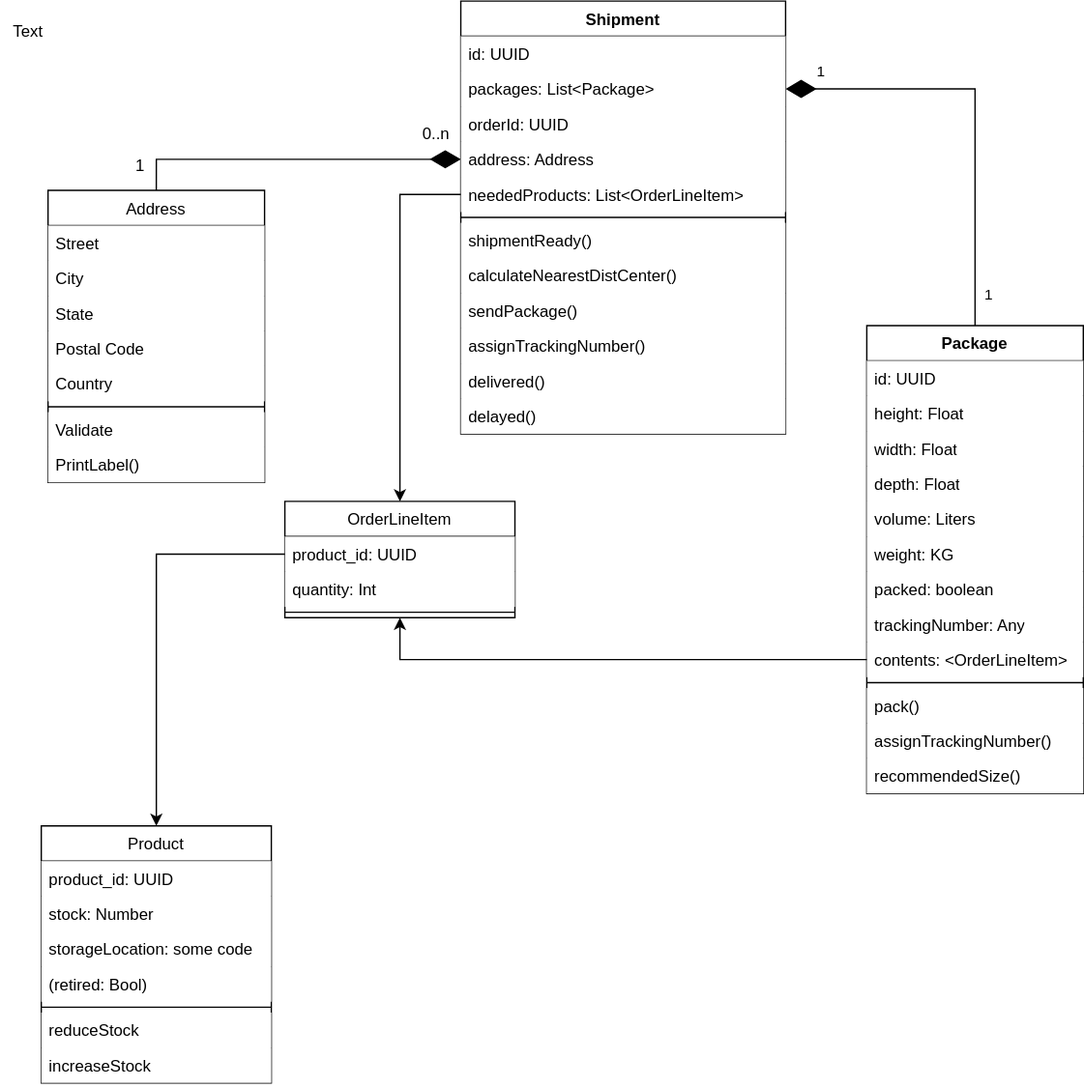
eda-ecommerce/asyncapi keeps this draw.io diagram as shipping/ShipmentSchema.svg. Above is the earlier version. Source tidied: cells renumbered, new cells last; positions are measured from the earlier drawing's top-left corner, leaving out a move shared by most shapes.
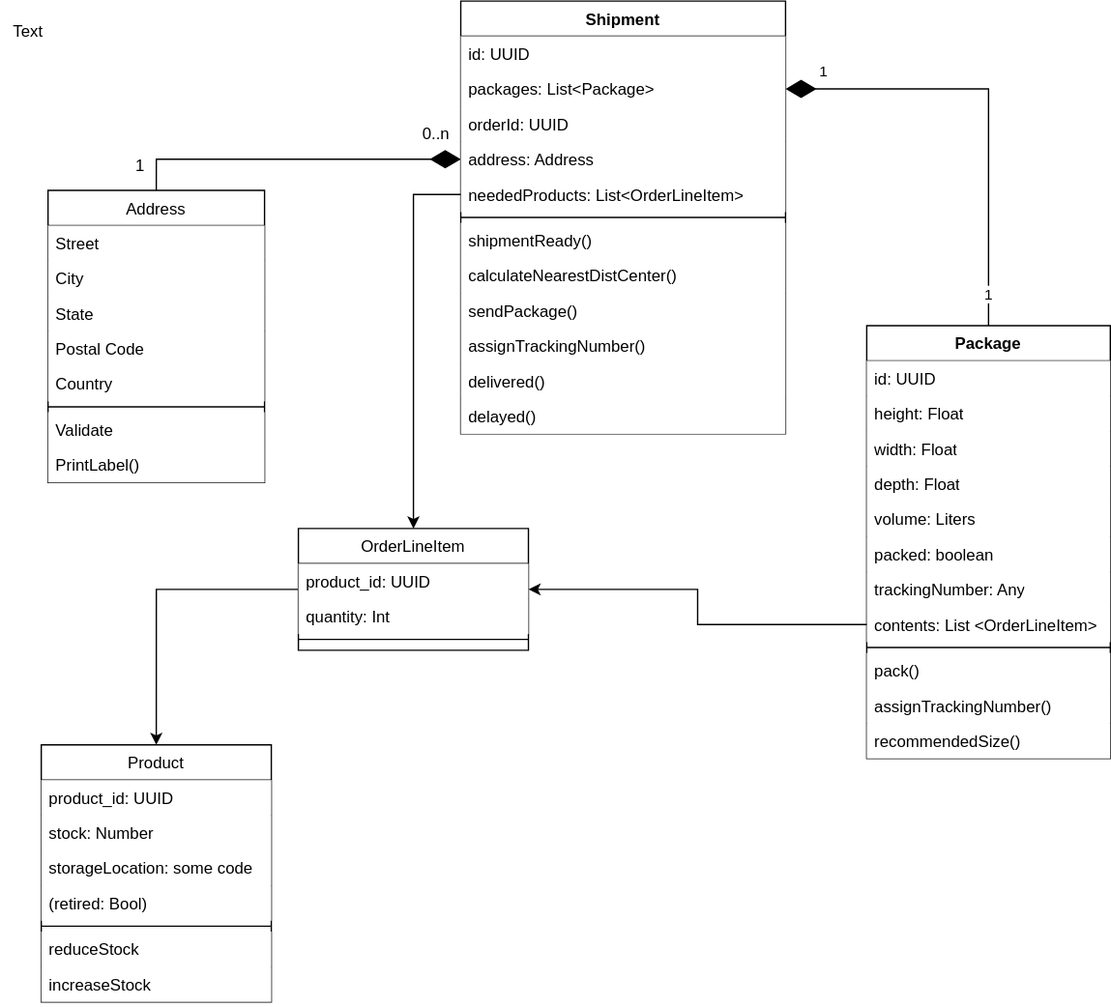
After the commit.

The edit, as a diff of the source:
```diff
@@ -53,46 +53,43 @@
       </mxGeometry>
     </mxCell>
     <mxCell id="16" value="Package" style="swimlane;fontStyle=1;align=center;verticalAlign=top;horizontal=1;startSize=26;whiteSpace=wrap;html=1;" parent="1" vertex="1">
-      <mxGeometry x="640" y="240" width="160" height="346" as="geometry" />
+      <mxGeometry x="640" y="240" width="180" height="320" as="geometry" />
     </mxCell>
     <mxCell id="17" value="id: UUID" style="text;strokeColor=none;fillColor=default;align=left;verticalAlign=top;spacingLeft=4;spacingRight=4;overflow=hidden;whiteSpace=wrap;html=1;" parent="16" vertex="1">
-      <mxGeometry y="26" width="160" height="26" as="geometry" />
+      <mxGeometry y="26" width="180" height="26" as="geometry" />
     </mxCell>
     <mxCell id="18" value="height: Float" style="text;strokeColor=none;fillColor=default;align=left;verticalAlign=top;spacingLeft=4;spacingRight=4;overflow=hidden;whiteSpace=wrap;html=1;" parent="16" vertex="1">
-      <mxGeometry y="52" width="160" height="26" as="geometry" />
+      <mxGeometry y="52" width="180" height="26" as="geometry" />
     </mxCell>
     <mxCell id="19" value="width: Float" style="text;strokeColor=none;fillColor=default;align=left;verticalAlign=top;spacingLeft=4;spacingRight=4;overflow=hidden;whiteSpace=wrap;html=1;" parent="16" vertex="1">
-      <mxGeometry y="78" width="160" height="26" as="geometry" />
+      <mxGeometry y="78" width="180" height="26" as="geometry" />
     </mxCell>
     <mxCell id="20" value="depth: Float" style="text;strokeColor=none;fillColor=default;align=left;verticalAlign=top;spacingLeft=4;spacingRight=4;overflow=hidden;whiteSpace=wrap;html=1;" parent="16" vertex="1">
-      <mxGeometry y="104" width="160" height="26" as="geometry" />
+      <mxGeometry y="104" width="180" height="26" as="geometry" />
     </mxCell>
     <mxCell id="21" value="volume: Liters" style="text;strokeColor=none;fillColor=default;align=left;verticalAlign=top;spacingLeft=4;spacingRight=4;overflow=hidden;whiteSpace=wrap;html=1;" parent="16" vertex="1">
-      <mxGeometry y="130" width="160" height="26" as="geometry" />
+      <mxGeometry y="130" width="180" height="26" as="geometry" />
     </mxCell>
-    <mxCell id="22" value="weight: KG" style="text;strokeColor=none;fillColor=default;align=left;verticalAlign=top;spacingLeft=4;spacingRight=4;overflow=hidden;whiteSpace=wrap;html=1;" parent="16" vertex="1">
-      <mxGeometry y="156" width="160" height="26" as="geometry" />
-    </mxCell>
     <mxCell id="23" value="packed: boolean" style="text;strokeColor=none;fillColor=default;align=left;verticalAlign=top;spacingLeft=4;spacingRight=4;overflow=hidden;whiteSpace=wrap;html=1;" parent="16" vertex="1">
-      <mxGeometry y="182" width="160" height="26" as="geometry" />
+      <mxGeometry y="156" width="180" height="26" as="geometry" />
     </mxCell>
     <mxCell id="24" value="trackingNumber: Any" style="text;strokeColor=none;fillColor=default;align=left;verticalAlign=top;spacingLeft=4;spacingRight=4;overflow=hidden;whiteSpace=wrap;html=1;" parent="16" vertex="1">
-      <mxGeometry y="208" width="160" height="26" as="geometry" />
+      <mxGeometry y="182" width="180" height="26" as="geometry" />
     </mxCell>
-    <mxCell id="25" value="contents: &amp;lt;OrderLineItem&amp;gt;" style="text;strokeColor=none;fillColor=default;align=left;verticalAlign=top;spacingLeft=4;spacingRight=4;overflow=hidden;points=[[0,0.5],[1,0.5]];portConstraint=eastwest;whiteSpace=wrap;html=1;" parent="16" vertex="1">
-      <mxGeometry y="234" width="160" height="26" as="geometry" />
+    <mxCell id="25" value="contents: List &amp;lt;OrderLineItem&amp;gt;" style="text;strokeColor=none;fillColor=default;align=left;verticalAlign=top;spacingLeft=4;spacingRight=4;overflow=hidden;points=[[0,0.5],[1,0.5]];portConstraint=eastwest;whiteSpace=wrap;html=1;" parent="16" vertex="1">
+      <mxGeometry y="208" width="180" height="26" as="geometry" />
     </mxCell>
     <mxCell id="26" style="line;strokeWidth=1;fillColor=default;align=left;verticalAlign=middle;spacingTop=-1;spacingLeft=3;spacingRight=3;labelPosition=right;strokeColor=inherit;" parent="16" vertex="1">
-      <mxGeometry y="260" width="160" height="8" as="geometry" />
+      <mxGeometry y="234" width="180" height="8" as="geometry" />
     </mxCell>
     <mxCell id="27" value="pack()" style="text;strokeColor=none;fillColor=default;align=left;verticalAlign=top;spacingLeft=4;spacingRight=4;overflow=hidden;whiteSpace=wrap;html=1;" parent="16" vertex="1">
-      <mxGeometry y="268" width="160" height="26" as="geometry" />
+      <mxGeometry y="242" width="180" height="26" as="geometry" />
     </mxCell>
     <mxCell id="28" value="assignTrackingNumber()" style="text;strokeColor=none;fillColor=default;align=left;verticalAlign=top;spacingLeft=4;spacingRight=4;overflow=hidden;whiteSpace=wrap;html=1;" parent="16" vertex="1">
-      <mxGeometry y="294" width="160" height="26" as="geometry" />
+      <mxGeometry y="268" width="180" height="26" as="geometry" />
     </mxCell>
     <mxCell id="29" value="recommendedSize()" style="text;strokeColor=none;fillColor=default;align=left;verticalAlign=top;spacingLeft=4;spacingRight=4;overflow=hidden;whiteSpace=wrap;html=1;" parent="16" vertex="1">
-      <mxGeometry y="320" width="160" height="26" as="geometry" />
+      <mxGeometry y="294" width="180" height="26" as="geometry" />
     </mxCell>
     <mxCell id="30" value="Shipment" style="swimlane;fontStyle=1;align=center;verticalAlign=top;horizontal=1;startSize=26;whiteSpace=wrap;html=1;" parent="1" vertex="1">
       <mxGeometry x="340" width="240" height="320" as="geometry" />
@@ -138,8 +135,32 @@
         <mxPoint x="170" y="127" as="offset" />
       </mxGeometry>
     </mxCell>
+    <mxCell id="60" style="edgeStyle=orthogonalEdgeStyle;rounded=0;jettySize=auto;html=1;entryX=0.5;entryY=0;entryDx=0;entryDy=0;" parent="1" edge="1" source="52" target="44">
+      <mxGeometry relative="1" as="geometry" />
+    </mxCell>
+    <mxCell id="52" value="OrderLineItem" style="swimlane;fontStyle=0;align=center;verticalAlign=top;horizontal=1;startSize=26;rounded=0;shadow=0;strokeWidth=1;fillStyle=solid;" parent="1" vertex="1">
+      <mxGeometry x="220" y="390" width="170" height="90" as="geometry" />
+    </mxCell>
+    <mxCell id="53" value="product_id: UUID" style="text;align=left;verticalAlign=top;spacingLeft=4;spacingRight=4;overflow=hidden;points=[[0,0.5],[1,0.5]];portConstraint=eastwest;fillColor=default;" parent="52" vertex="1">
+      <mxGeometry y="26" width="170" height="26" as="geometry" />
+    </mxCell>
+    <mxCell id="54" value="quantity: Int" style="text;align=left;verticalAlign=top;spacingLeft=4;spacingRight=4;overflow=hidden;fillColor=default;" parent="52" vertex="1">
+      <mxGeometry y="52" width="170" height="26" as="geometry" />
+    </mxCell>
+    <mxCell id="55" style="line;html=1;strokeWidth=1;align=left;verticalAlign=middle;spacingTop=-1;spacingLeft=3;spacingRight=3;labelPosition=right;" parent="52" vertex="1">
+      <mxGeometry y="78" width="170" height="8" as="geometry" />
+    </mxCell>
+    <mxCell id="56" value="Text" style="text;html=1;align=center;verticalAlign=middle;strokeColor=none;fillColor=none;" parent="1" vertex="1">
+      <mxGeometry y="8" width="40" height="30" as="geometry" />
+    </mxCell>
+    <mxCell id="58" style="edgeStyle=orthogonalEdgeStyle;rounded=0;jettySize=auto;html=1;" parent="1" edge="1" source="35" target="52">
+      <mxGeometry relative="1" as="geometry" />
+    </mxCell>
+    <mxCell id="59" style="edgeStyle=orthogonalEdgeStyle;rounded=0;jettySize=auto;html=1;" parent="1" edge="1" source="25" target="52">
+      <mxGeometry relative="1" as="geometry" />
+    </mxCell>
     <mxCell id="44" value="Product" style="swimlane;fontStyle=0;align=center;verticalAlign=top;horizontal=1;startSize=26;rounded=0;shadow=0;strokeWidth=1;fillStyle=solid;" parent="1" vertex="1">
-      <mxGeometry x="30" y="610" width="170" height="190" as="geometry" />
+      <mxGeometry x="30" y="550" width="170" height="190" as="geometry" />
     </mxCell>
     <mxCell id="45" value="product_id: UUID" style="text;align=left;verticalAlign=top;spacingLeft=4;spacingRight=4;overflow=hidden;fillColor=default;" parent="44" vertex="1">
       <mxGeometry y="26" width="170" height="26" as="geometry" />
@@ -162,29 +183,5 @@
     <mxCell id="51" value="increaseStock" style="text;align=left;verticalAlign=top;spacingLeft=4;spacingRight=4;overflow=hidden;fillColor=default;" parent="44" vertex="1">
       <mxGeometry y="164" width="170" height="26" as="geometry" />
     </mxCell>
-    <mxCell id="52" value="OrderLineItem" style="swimlane;fontStyle=0;align=center;verticalAlign=top;horizontal=1;startSize=26;rounded=0;shadow=0;strokeWidth=1;fillStyle=solid;" parent="1" vertex="1">
-      <mxGeometry x="210" y="370" width="170" height="86" as="geometry" />
-    </mxCell>
-    <mxCell id="53" value="product_id: UUID" style="text;align=left;verticalAlign=top;spacingLeft=4;spacingRight=4;overflow=hidden;points=[[0,0.5],[1,0.5]];portConstraint=eastwest;fillColor=default;" parent="52" vertex="1">
-      <mxGeometry y="26" width="170" height="26" as="geometry" />
-    </mxCell>
-    <mxCell id="54" value="quantity: Int" style="text;align=left;verticalAlign=top;spacingLeft=4;spacingRight=4;overflow=hidden;fillColor=default;" parent="52" vertex="1">
-      <mxGeometry y="52" width="170" height="26" as="geometry" />
-    </mxCell>
-    <mxCell id="55" style="line;html=1;strokeWidth=1;align=left;verticalAlign=middle;spacingTop=-1;spacingLeft=3;spacingRight=3;labelPosition=right;" parent="52" vertex="1">
-      <mxGeometry y="78" width="170" height="8" as="geometry" />
-    </mxCell>
-    <mxCell id="56" value="Text" style="text;html=1;align=center;verticalAlign=middle;strokeColor=none;fillColor=none;" parent="1" vertex="1">
-      <mxGeometry y="8" width="40" height="30" as="geometry" />
-    </mxCell>
-    <mxCell id="57" style="edgeStyle=orthogonalEdgeStyle;rounded=0;jettySize=auto;html=1;" parent="1" edge="1" source="53" target="44">
-      <mxGeometry relative="1" as="geometry" />
-    </mxCell>
-    <mxCell id="58" style="edgeStyle=orthogonalEdgeStyle;rounded=0;jettySize=auto;html=1;" parent="1" edge="1" source="35" target="52">
-      <mxGeometry relative="1" as="geometry" />
-    </mxCell>
-    <mxCell id="59" style="edgeStyle=orthogonalEdgeStyle;rounded=0;jettySize=auto;html=1;" parent="1" edge="1" source="25" target="52">
-      <mxGeometry relative="1" as="geometry" />
-    </mxCell>
   </root>
 </mxGraphModel>
```
